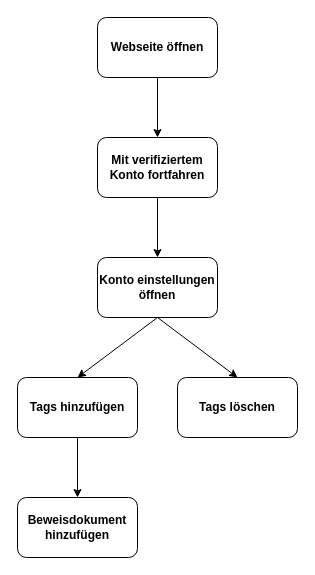
AnoAsked/Documentation keeps this draw.io diagram as UseCaseTagHinzufügen.drawio. Above is the earlier version. Source tidied: cells renumbered, new cells numbered last; positions are measured from the earlier drawing's top-left corner, leaving out a move shared by most shapes. Both pictures are drawn from the tidied source at 100%, with x=0, y=0 at pixel (17, 17).
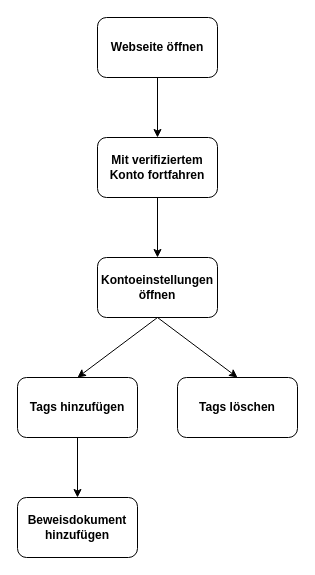
The same page after the edit.

What changed in the source:
```diff
@@
 <mxGraphModel>
   <root>
     <mxCell id="0" />
     <mxCell id="1" parent="0" />
     <mxCell id="2" value="Webseite öffnen" style="rounded=1;whiteSpace=wrap;html=1;fontStyle=1;" parent="1" vertex="1">
       <mxGeometry x="80" width="120" height="60" as="geometry" />
     </mxCell>
     <mxCell id="3" value="Mit verifiziertem Konto fortfahren" style="rounded=1;whiteSpace=wrap;html=1;fontStyle=1;" parent="1" vertex="1">
       <mxGeometry x="80" y="120" width="120" height="60" as="geometry" />
     </mxCell>
     <mxCell id="4" style="endArrow=classic;html=1;rounded=0;fontStyle=1;" parent="1" edge="1" source="2" target="3">
       <mxGeometry relative="1" as="geometry" />
     </mxCell>
-    <mxCell id="5" value="Konto einstellungen&lt;br&gt;öffnen" style="rounded=1;whiteSpace=wrap;html=1;fontStyle=1;" parent="1" vertex="1">
+    <mxCell id="5" value="Kontoeinstellungen&lt;br&gt;öffnen" style="rounded=1;whiteSpace=wrap;html=1;fontStyle=1;" parent="1" vertex="1">
       <mxGeometry x="80" y="240" width="120" height="60" as="geometry" />
     </mxCell>
     <mxCell id="6" style="endArrow=classic;html=1;rounded=0;fontStyle=1;exitX=0.5;exitY=1;exitDx=0;exitDy=0;" parent="1" edge="1" source="3" target="5">
       <mxGeometry relative="1" as="geometry" />
     </mxCell>
     <mxCell id="7" value="Tags hinzufügen" style="rounded=1;whiteSpace=wrap;html=1;fontStyle=1;" parent="1" vertex="1">
       <mxGeometry y="360" width="120" height="60" as="geometry" />
     </mxCell>
     <mxCell id="8" style="endArrow=classic;html=1;rounded=0;fontStyle=1;exitX=0.5;exitY=1;exitDx=0;exitDy=0;entryX=0.5;entryY=0;entryDx=0;entryDy=0;" parent="1" edge="1" source="5" target="7">
       <mxGeometry relative="1" as="geometry" />
     </mxCell>
     <mxCell id="9" value="Tags löschen" style="rounded=1;whiteSpace=wrap;html=1;fontStyle=1;" parent="1" vertex="1">
       <mxGeometry x="160" y="360" width="120" height="60" as="geometry" />
     </mxCell>
     <mxCell id="10" style="endArrow=classic;html=1;rounded=0;fontStyle=1;entryX=0.5;entryY=0;entryDx=0;entryDy=0;" parent="1" edge="1" target="9">
       <mxGeometry relative="1" as="geometry">
         <mxPoint x="140" y="300" as="sourcePoint" />
       </mxGeometry>
     </mxCell>
     <mxCell id="11" value="Beweisdokument hinzufügen" style="rounded=1;whiteSpace=wrap;html=1;fontStyle=1;" parent="1" vertex="1">
       <mxGeometry y="480" width="120" height="60" as="geometry" />
     </mxCell>
     <mxCell id="12" style="endArrow=classic;html=1;rounded=0;fontStyle=1;exitX=0.5;exitY=1;exitDx=0;exitDy=0;entryX=0.5;entryY=0;entryDx=0;entryDy=0;" parent="1" edge="1" source="7" target="11">
       <mxGeometry relative="1" as="geometry" />
     </mxCell>
   </root>
 </mxGraphModel>
```
